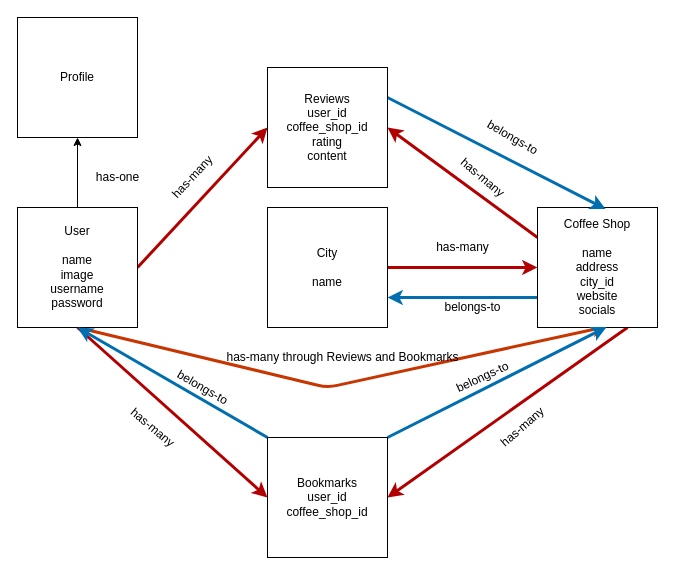
Above: client/src/Filter_backend.drawio in zachyoungdale/Filter-Phase-5-Capstone (draw.io), before the change. Source tidied: cells renumbered, new cells numbered last; positions are measured from the earlier drawing's top-left corner, leaving out a move shared by most shapes. Both pictures are drawn from the tidied source at 100%, with x=0, y=0 at pixel (17, 17).
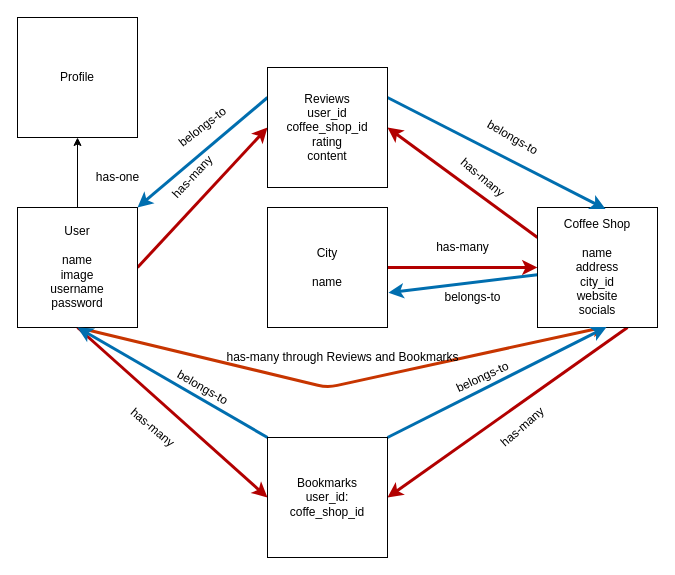
After the change.

Commit message:
updated backend diagram

The change refers to these unchanged cells:
```xml
<mxCell id="6" value="User&lt;br&gt;&lt;br&gt;name&lt;br&gt;image&lt;br&gt;username&lt;br&gt;password" style="whiteSpace=wrap;html=1;" parent="1" vertex="1">
  <mxGeometry y="190" width="120" height="120" as="geometry" />
</mxCell>
<mxCell id="8" value="City&lt;br&gt;&lt;br&gt;name" style="whiteSpace=wrap;html=1;" parent="1" vertex="1">
  <mxGeometry x="250" y="190" width="120" height="120" as="geometry" />
</mxCell>
<mxCell id="12" value="Coffee Shop&lt;br&gt;&lt;br&gt;name&lt;br&gt;address&lt;br&gt;city_id&lt;br&gt;website&lt;br&gt;socials" style="whiteSpace=wrap;html=1;" parent="1" vertex="1">
  <mxGeometry x="520" y="190" width="120" height="120" as="geometry" />
</mxCell>
<mxCell id="19" value="Reviews&lt;br&gt;user_id&lt;br&gt;coffee_shop_id&lt;br&gt;rating&lt;br&gt;content" style="whiteSpace=wrap;html=1;" parent="1" vertex="1">
  <mxGeometry x="250" y="50" width="120" height="120" as="geometry" />
</mxCell>
```

What changed in the source:
```diff
@@
-    <mxCell id="9" style="edgeStyle=none;html=1;entryX=1;entryY=0.75;entryDx=0;entryDy=0;fillColor=#1ba1e2;strokeColor=#006EAF;strokeWidth=3;exitX=0;exitY=0.75;exitDx=0;exitDy=0;" parent="1" edge="1" source="12" target="8">
+    <mxCell id="9" style="edgeStyle=none;html=1;entryX=1.008;entryY=0.71;entryDx=0;entryDy=0;entryPerimeter=0;fillColor=#1ba1e2;strokeColor=#006EAF;strokeWidth=3;" parent="1" edge="1" source="12" target="8">
       <mxGeometry relative="1" as="geometry" />
     </mxCell>
@@
     <mxCell id="16" value="belongs-to" style="text;html=1;align=center;verticalAlign=middle;strokeColor=none;fillColor=none;" parent="1" vertex="1">
-      <mxGeometry x="420" y="280" width="70" height="20" as="geometry" />
+      <mxGeometry x="420" y="270" width="70" height="20" as="geometry" />
     </mxCell>
@@
+    <mxCell id="30" style="edgeStyle=none;html=1;exitX=0;exitY=0.25;exitDx=0;exitDy=0;entryX=1;entryY=0;entryDx=0;entryDy=0;strokeWidth=3;fillColor=#1ba1e2;strokeColor=#006EAF;" parent="1" edge="1" source="19" target="6">
+      <mxGeometry relative="1" as="geometry" />
+    </mxCell>
@@
-    <mxCell id="22" value="Bookmarks&lt;br&gt;user_id&lt;br&gt;coffee_shop_id" style="whiteSpace=wrap;html=1;" parent="1" vertex="1">
+    <mxCell id="22" value="Bookmarks&lt;br&gt;user_id:&lt;br&gt;coffe_shop_id" style="whiteSpace=wrap;html=1;" parent="1" vertex="1">
       <mxGeometry x="250" y="420" width="120" height="120" as="geometry" />
     </mxCell>
@@
+    <mxCell id="31" value="belongs-to" style="text;html=1;align=center;verticalAlign=middle;strokeColor=none;fillColor=none;rotation=-38;" parent="1" vertex="1">
+      <mxGeometry x="150" y="100" width="70" height="20" as="geometry" />
+    </mxCell>
```
